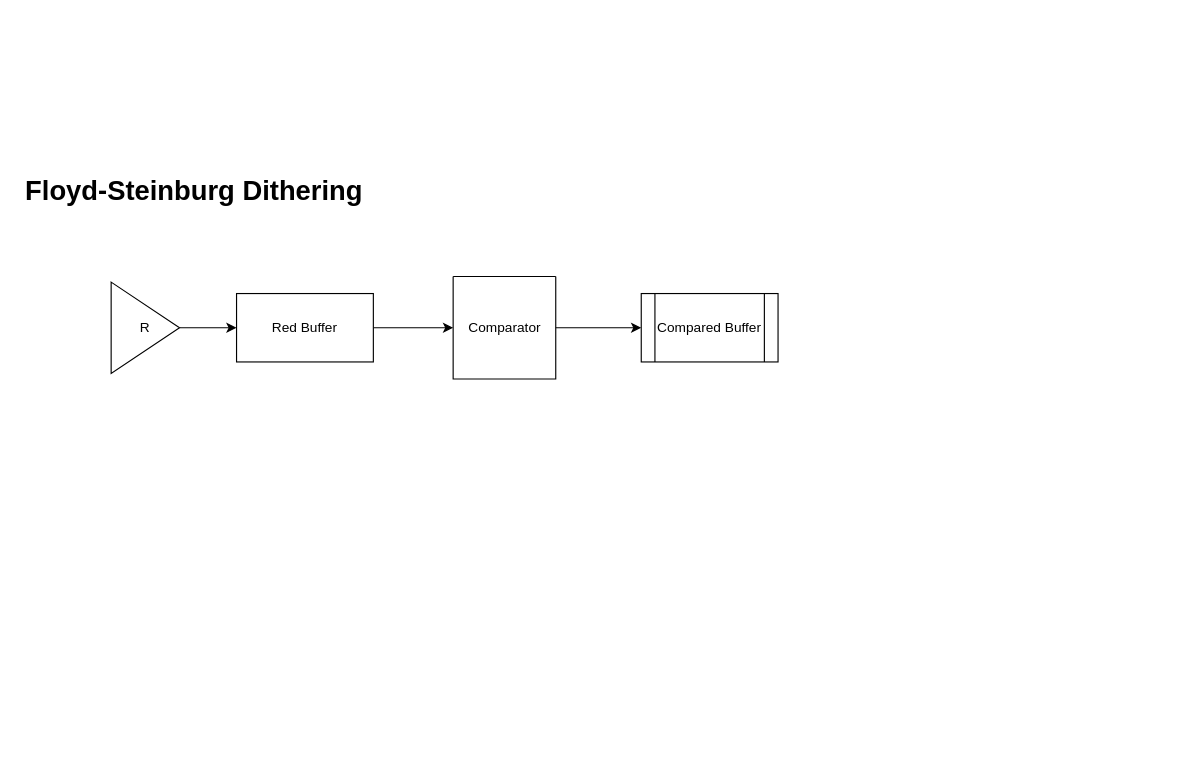
Jellyyz/Floyd-Steinberg-Dithering-Hardware-Accelerator keeps this draw.io diagram as Proposal/fpga_image_processing.drawio. Above is the earlier version. Source tidied: cells renumbered, new cells numbered last; positions are measured from the earlier drawing's top-left corner, leaving out a move shared by most shapes. Both pictures are drawn from the tidied source at 114%, with x=0, y=0 at pixel (19, 168).
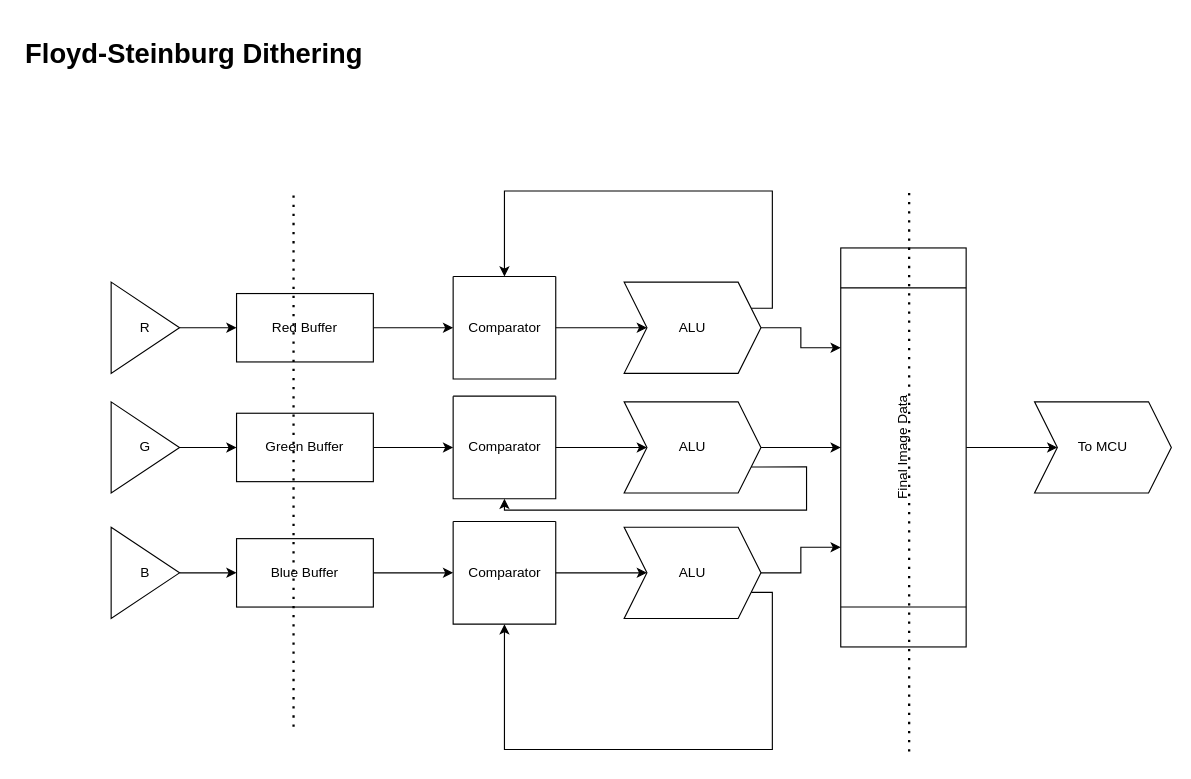
Above is the later version.

Commit message (it also covers changes not shown here):
safety & sopme fpga proposal

Unchanged cells that the change refers to:
```xml
<mxCell id="4" style="swimlane;startSize=0;" parent="1" vertex="1">
  <mxGeometry x="380" y="95" width="90" height="90" as="geometry" />
</mxCell>
<mxCell id="5" value="Comparator" style="text;html=1;align=center;verticalAlign=middle;points=[];strokeColor=none;fillColor=none;" parent="4" vertex="1">
  <mxGeometry y="30" width="90" height="30" as="geometry" />
</mxCell>
```

Diff of the diagram source:
```diff
@@
-    <mxCell id="6" value="Compared Buffer" style="shape=process;whiteSpace=wrap;html=1;backgroundOutline=1;" parent="1" vertex="1">
-      <mxGeometry x="545" y="110" width="120" height="60" as="geometry" />
-    </mxCell>
-    <mxCell id="7" style="edgeStyle=orthogonalEdgeStyle;rounded=0;jettySize=auto;html=1;" parent="1" edge="1" source="5" target="6">
+    <mxCell id="7" style="edgeStyle=orthogonalEdgeStyle;rounded=0;jettySize=auto;html=1;entryX=0;entryY=0.5;entryDx=0;entryDy=0;" parent="1" edge="1" source="5" target="36">
       <mxGeometry relative="1" as="geometry" />
     </mxCell>
@@
     <mxCell id="10" value="&lt;h1&gt;Floyd-Steinburg Dithering&lt;/h1&gt;" style="text;html=1;strokeColor=none;fillColor=none;spacing=5;spacingTop=-20;whiteSpace=wrap;overflow=hidden;rounded=0;" parent="1" vertex="1">
-      <mxGeometry width="370" height="120" as="geometry" />
+      <mxGeometry y="-120" width="370" height="120" as="geometry" />
     </mxCell>
+    <mxCell id="11" style="edgeStyle=orthogonalEdgeStyle;rounded=0;jettySize=auto;html=1;" parent="1" edge="1" source="12" target="17">
+      <mxGeometry relative="1" as="geometry" />
+    </mxCell>
+    <mxCell id="12" value="G" style="triangle;whiteSpace=wrap;html=1;" parent="1" vertex="1">
+      <mxGeometry x="80" y="205" width="60" height="80" as="geometry" />
+    </mxCell>
+    <mxCell id="13" style="swimlane;startSize=0;" parent="1" vertex="1">
+      <mxGeometry x="380" y="200" width="90" height="90" as="geometry" />
+    </mxCell>
+    <mxCell id="14" value="Comparator" style="text;html=1;align=center;verticalAlign=middle;points=[];strokeColor=none;fillColor=none;" parent="13" vertex="1">
+      <mxGeometry y="30" width="90" height="30" as="geometry" />
+    </mxCell>
+    <mxCell id="15" style="edgeStyle=orthogonalEdgeStyle;rounded=0;jettySize=auto;html=1;entryX=0;entryY=0.5;entryDx=0;entryDy=0;" parent="1" edge="1" source="14" target="33">
+      <mxGeometry relative="1" as="geometry" />
+    </mxCell>
+    <mxCell id="16" style="edgeStyle=orthogonalEdgeStyle;rounded=0;jettySize=auto;html=1;" parent="1" edge="1" source="17" target="14">
+      <mxGeometry relative="1" as="geometry" />
+    </mxCell>
+    <mxCell id="17" value="Green Buffer" style="whiteSpace=wrap;html=1;" parent="1" vertex="1">
+      <mxGeometry x="190" y="215" width="120" height="60" as="geometry" />
+    </mxCell>
+    <mxCell id="18" style="edgeStyle=orthogonalEdgeStyle;rounded=0;jettySize=auto;html=1;" parent="1" edge="1" source="19" target="24">
+      <mxGeometry relative="1" as="geometry" />
+    </mxCell>
+    <mxCell id="19" value="B" style="triangle;whiteSpace=wrap;html=1;" parent="1" vertex="1">
+      <mxGeometry x="80" y="315" width="60" height="80" as="geometry" />
+    </mxCell>
+    <mxCell id="20" style="swimlane;startSize=0;" parent="1" vertex="1">
+      <mxGeometry x="380" y="310" width="90" height="90" as="geometry" />
+    </mxCell>
+    <mxCell id="21" value="Comparator" style="text;html=1;align=center;verticalAlign=middle;points=[];strokeColor=none;fillColor=none;" parent="20" vertex="1">
+      <mxGeometry y="30" width="90" height="30" as="geometry" />
+    </mxCell>
+    <mxCell id="22" style="edgeStyle=orthogonalEdgeStyle;rounded=0;jettySize=auto;html=1;entryX=0;entryY=0.5;entryDx=0;entryDy=0;" parent="1" edge="1" source="21" target="30">
+      <mxGeometry relative="1" as="geometry" />
+    </mxCell>
+    <mxCell id="23" style="edgeStyle=orthogonalEdgeStyle;rounded=0;jettySize=auto;html=1;" parent="1" edge="1" source="24" target="21">
+      <mxGeometry relative="1" as="geometry" />
+    </mxCell>
+    <mxCell id="24" value="Blue Buffer" style="whiteSpace=wrap;html=1;" parent="1" vertex="1">
+      <mxGeometry x="190" y="325" width="120" height="60" as="geometry" />
+    </mxCell>
+    <mxCell id="25" style="edgeStyle=orthogonalEdgeStyle;rounded=0;jettySize=auto;html=1;exitX=0.5;exitY=1;exitDx=0;exitDy=0;entryX=0;entryY=0.5;entryDx=0;entryDy=0;" parent="1" edge="1" source="26" target="27">
+      <mxGeometry relative="1" as="geometry" />
+    </mxCell>
+    <mxCell id="26" value="Final Image Data" style="shape=process;whiteSpace=wrap;html=1;backgroundOutline=1;rotation=-90;" parent="1" vertex="1">
+      <mxGeometry x="600" y="190" width="350" height="110" as="geometry" />
+    </mxCell>
+    <mxCell id="27" value="To MCU" style="shape=step;perimeter=stepPerimeter;whiteSpace=wrap;html=1;fixedSize=1;" parent="1" vertex="1">
+      <mxGeometry x="890" y="205" width="120" height="80" as="geometry" />
+    </mxCell>
+    <mxCell id="28" style="edgeStyle=orthogonalEdgeStyle;rounded=0;jettySize=auto;html=1;exitX=1;exitY=0.5;exitDx=0;exitDy=0;entryX=0.25;entryY=0;entryDx=0;entryDy=0;" parent="1" edge="1" source="30" target="26">
+      <mxGeometry relative="1" as="geometry" />
+    </mxCell>
+    <mxCell id="29" style="edgeStyle=orthogonalEdgeStyle;rounded=0;jettySize=auto;html=1;exitX=1;exitY=0.75;exitDx=0;exitDy=0;entryX=0.5;entryY=1;entryDx=0;entryDy=0;" parent="1" edge="1" source="30" target="20">
+      <mxGeometry relative="1" as="geometry">
+        <Array as="points">
+          <mxPoint x="660" y="372" />
+          <mxPoint x="660" y="510" />
+          <mxPoint x="425" y="510" />
+        </Array>
+      </mxGeometry>
+    </mxCell>
+    <mxCell id="30" value="ALU" style="shape=step;perimeter=stepPerimeter;whiteSpace=wrap;html=1;fixedSize=1;" parent="1" vertex="1">
+      <mxGeometry x="530" y="315" width="120" height="80" as="geometry" />
+    </mxCell>
+    <mxCell id="31" style="edgeStyle=orthogonalEdgeStyle;rounded=0;jettySize=auto;html=1;exitX=1;exitY=0.5;exitDx=0;exitDy=0;" parent="1" edge="1" source="33" target="26">
+      <mxGeometry relative="1" as="geometry" />
+    </mxCell>
+    <mxCell id="32" style="edgeStyle=orthogonalEdgeStyle;rounded=0;jettySize=auto;html=1;exitX=1;exitY=0.75;exitDx=0;exitDy=0;entryX=0.5;entryY=1;entryDx=0;entryDy=0;" parent="1" edge="1" source="33" target="13">
+      <mxGeometry relative="1" as="geometry">
+        <Array as="points">
+          <mxPoint x="690" y="262" />
+          <mxPoint x="690" y="300" />
+          <mxPoint x="425" y="300" />
+        </Array>
+      </mxGeometry>
+    </mxCell>
+    <mxCell id="33" value="ALU" style="shape=step;perimeter=stepPerimeter;whiteSpace=wrap;html=1;fixedSize=1;" parent="1" vertex="1">
+      <mxGeometry x="530" y="205" width="120" height="80" as="geometry" />
+    </mxCell>
+    <mxCell id="34" style="edgeStyle=orthogonalEdgeStyle;rounded=0;jettySize=auto;html=1;exitX=1;exitY=0.5;exitDx=0;exitDy=0;entryX=0.75;entryY=0;entryDx=0;entryDy=0;" parent="1" edge="1" source="36" target="26">
+      <mxGeometry relative="1" as="geometry" />
+    </mxCell>
+    <mxCell id="35" style="edgeStyle=orthogonalEdgeStyle;rounded=0;jettySize=auto;html=1;exitX=1;exitY=0.25;exitDx=0;exitDy=0;entryX=0.5;entryY=0;entryDx=0;entryDy=0;" parent="1" edge="1" source="36" target="4">
+      <mxGeometry relative="1" as="geometry">
+        <Array as="points">
+          <mxPoint x="660" y="123" />
+          <mxPoint x="660" y="20" />
+          <mxPoint x="425" y="20" />
+        </Array>
+      </mxGeometry>
+    </mxCell>
+    <mxCell id="36" value="ALU" style="shape=step;perimeter=stepPerimeter;whiteSpace=wrap;html=1;fixedSize=1;" parent="1" vertex="1">
+      <mxGeometry x="530" y="100" width="120" height="80" as="geometry" />
+    </mxCell>
+    <mxCell id="37" style="endArrow=none;dashed=1;html=1;dashPattern=1 3;strokeWidth=2;rounded=0;" parent="1" edge="1">
+      <mxGeometry relative="1" as="geometry">
+        <mxPoint x="240" y="490" as="sourcePoint" />
+        <mxPoint x="240" y="20" as="targetPoint" />
+      </mxGeometry>
+    </mxCell>
+    <mxCell id="38" style="endArrow=none;dashed=1;html=1;dashPattern=1 3;strokeWidth=2;rounded=0;" parent="1" edge="1">
+      <mxGeometry relative="1" as="geometry">
+        <mxPoint x="780" y="511.7" as="sourcePoint" />
+        <mxPoint x="780" y="20" as="targetPoint" />
+      </mxGeometry>
+    </mxCell>
```
